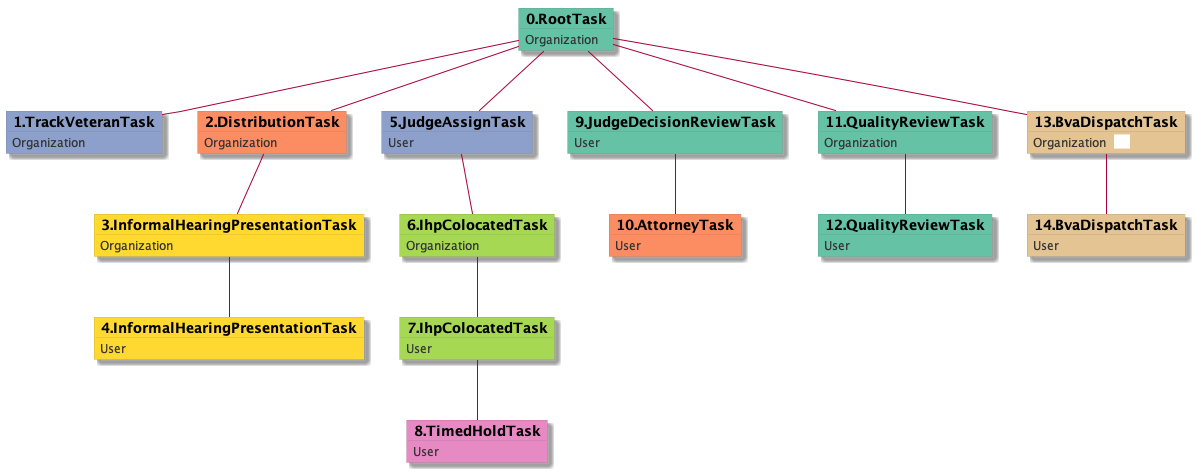
This is docs-DR/uml/RTO.TVTO.DTO.IHPTO.JATU.ICTO.ICTU.THTU.JDRTU.ATU.QRTO.QRTU.BDTO-7729.png from yoomlam/graphing, a PlantUML export, as it was before one commit.
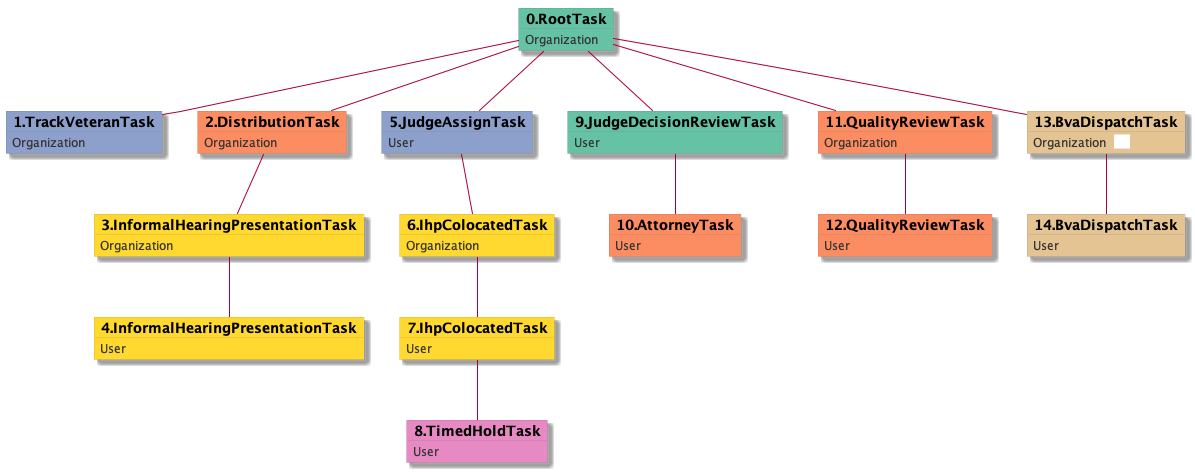
After the commit.

Change to the diagram source:
```diff
@@ -25,10 +25,10 @@
   object 5.JudgeAssignTask #8da0cb {
 User
 }
-  object 6.IhpColocatedTask #a6d854 {
+  object 6.IhpColocatedTask #ffd92f {
 Organization
 }
-  object 7.IhpColocatedTask #a6d854 {
+  object 7.IhpColocatedTask #ffd92f {
 User
 }
   object 8.TimedHoldTask #e78ac3 {
@@ -40,10 +40,10 @@
   object 10.AttorneyTask #fc8d62 {
 User
 }
-  object 11.QualityReviewTask #66c2a5 {
+  object 11.QualityReviewTask #fc8d62 {
 Organization
 }
-  object 12.QualityReviewTask #66c2a5 {
+  object 12.QualityReviewTask #fc8d62 {
 User
 }
   object 13.BvaDispatchTask #e5c494 {
```
